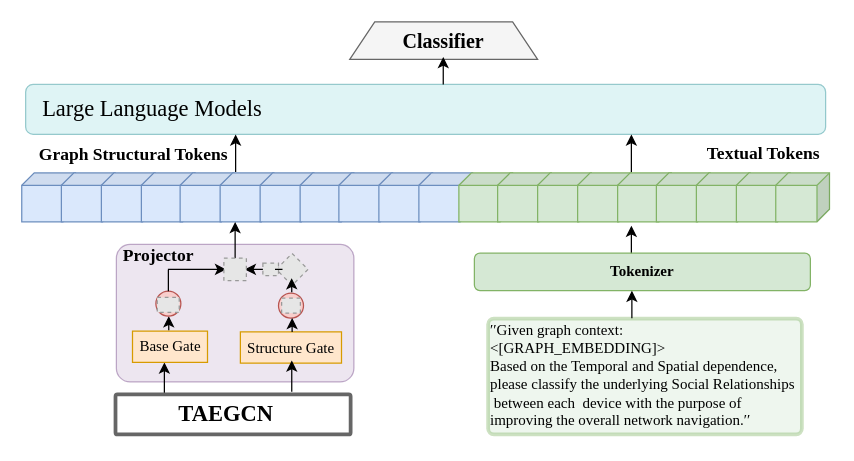
Above: subframework.drawio in hzb29/hzb29 (draw.io), before the change. Source tidied: cells renumbered, new cells numbered last; positions are measured from the earlier drawing's top-left corner, leaving out a move shared by most shapes. Both pictures are drawn from the tidied source at 125%, with x=0, y=0 at pixel (21, 21). Pictures stored in the file or linked from it are replaced by grey dashed boxes.
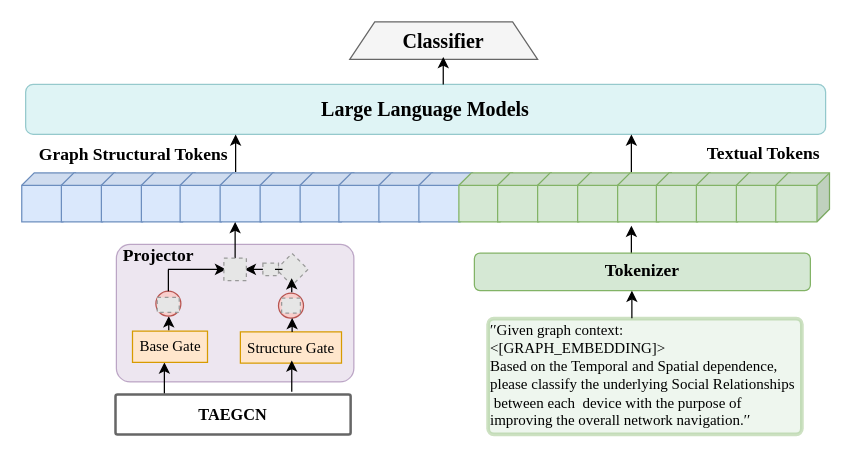
The same diagram, later.

The edit, as a diff of the source:
```diff
@@
-    <mxCell id="3" style="rounded=1;whiteSpace=wrap;html=1;fillColor=#b0e3e6;strokeColor=#0e8088;opacity=40;" parent="1" vertex="1">
+    <mxCell id="3" value="&lt;font face=&quot;Times New Roman&quot; style=&quot;font-size: 16px;&quot;&gt;&lt;b style=&quot;&quot;&gt;Large Language Models&lt;/b&gt;&lt;/font&gt;" style="rounded=1;whiteSpace=wrap;html=1;fillColor=#b0e3e6;strokeColor=#0e8088;opacity=40;" parent="1" vertex="1">
       <mxGeometry x="3" y="50" width="640" height="40" as="geometry" />
     </mxCell>
@@
-    <mxCell id="6" value="&lt;font face=&quot;Times New Roman&quot; size=&quot;4&quot;&gt;Large Language Models&lt;/font&gt;" style="text;html=1;align=center;verticalAlign=middle;strokeColor=none;fillColor=none;" parent="1" vertex="1">
-      <mxGeometry x="3.9" y="55" width="200" height="30" as="geometry" />
-    </mxCell>
@@
-    <mxCell id="10" value="&lt;span style=&quot;text-align: start; white-space: pre;&quot;&gt;&lt;font face=&quot;Times New Roman&quot;&gt;&lt;b&gt;Tokenizer&lt;/b&gt;&lt;/font&gt;&lt;/span&gt;" style="rounded=1;whiteSpace=wrap;html=1;fillColor=#d5e8d4;strokeColor=#82b366;" parent="1" vertex="1">
+    <mxCell id="10" value="&lt;span style=&quot;text-align: start; white-space: pre;&quot;&gt;&lt;font style=&quot;font-size: 14px;&quot; face=&quot;Times New Roman&quot;&gt;&lt;b&gt;Tokenizer&lt;/b&gt;&lt;/font&gt;&lt;/span&gt;" style="rounded=1;whiteSpace=wrap;html=1;fillColor=#d5e8d4;strokeColor=#82b366;" parent="1" vertex="1">
       <mxGeometry x="362" y="185" width="268.8" height="30" as="geometry" />
     </mxCell>
@@
-    <mxCell id="43" style="rounded=1;whiteSpace=wrap;html=1;fillColor=default;strokeColor=#666666;strokeWidth=3;arcSize=5;fontColor=#333333;" parent="1" vertex="1">
+    <mxCell id="43" value="&lt;b style=&quot;color: rgb(0, 0, 0); text-wrap-mode: nowrap; font-family: &amp;quot;Times New Roman&amp;quot;;&quot;&gt;&lt;font style=&quot;font-size: 13px;&quot;&gt;TAEGCN&lt;/font&gt;&lt;/b&gt;" style="rounded=1;whiteSpace=wrap;html=1;fillColor=default;strokeColor=#666666;strokeWidth=2;arcSize=5;fontColor=#333333;" parent="1" vertex="1">
       <mxGeometry x="74.9" y="298" width="188.1" height="32" as="geometry" />
     </mxCell>
-    <mxCell id="44" value="&lt;b style=&quot;font-family: &amp;quot;Times New Roman&amp;quot;;&quot;&gt;&lt;font style=&quot;font-size: 18px;&quot;&gt;TAEGCN&lt;/font&gt;&lt;/b&gt;" style="text;html=1;align=center;verticalAlign=middle;strokeColor=none;fillColor=none;" parent="1" vertex="1">
-      <mxGeometry x="113" y="294" width="100" height="40" as="geometry" />
-    </mxCell>
```
